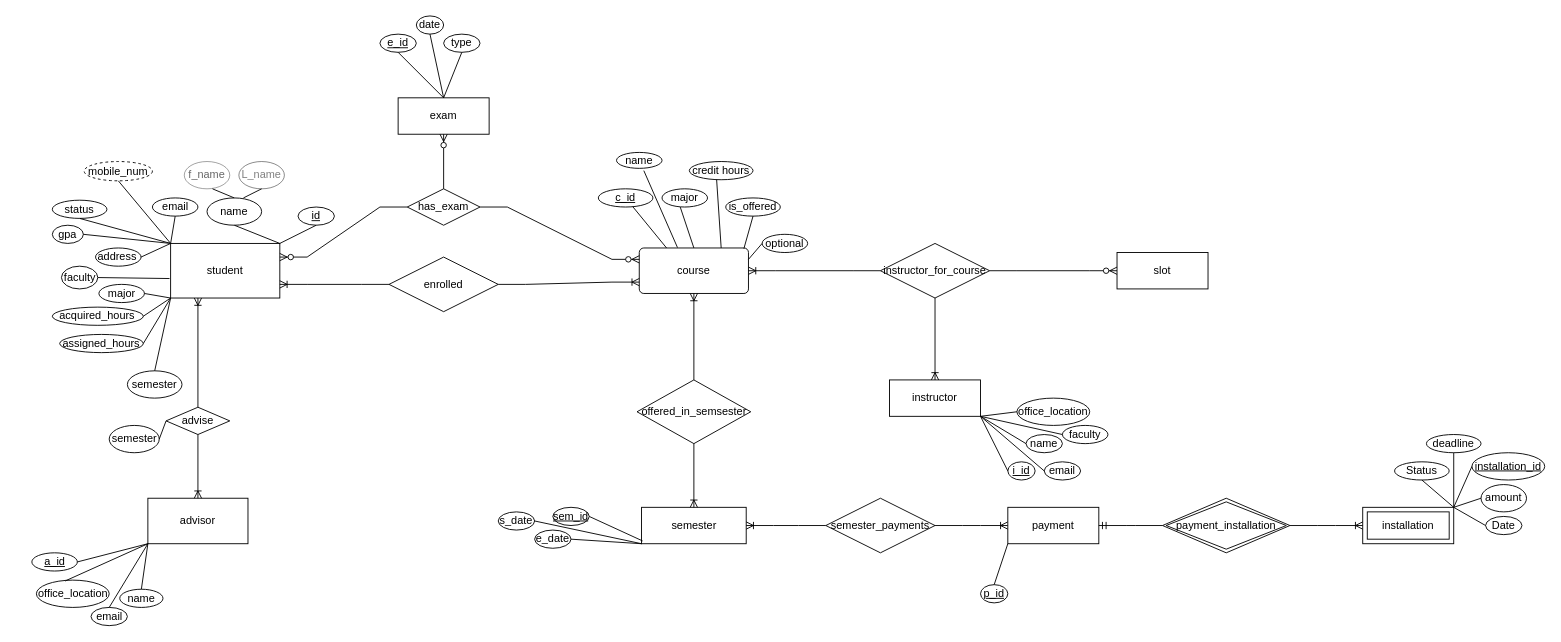
The draw.io diagram Untitled Diagram.drawio in moali7061/school_system, before the edit. Source tidied: cells renumbered, new cells numbered last; positions are measured from the earlier drawing's top-left corner, leaving out a move shared by most shapes. Both pictures are drawn from the tidied source at 91%, with x=0, y=0 at pixel (32, 15).
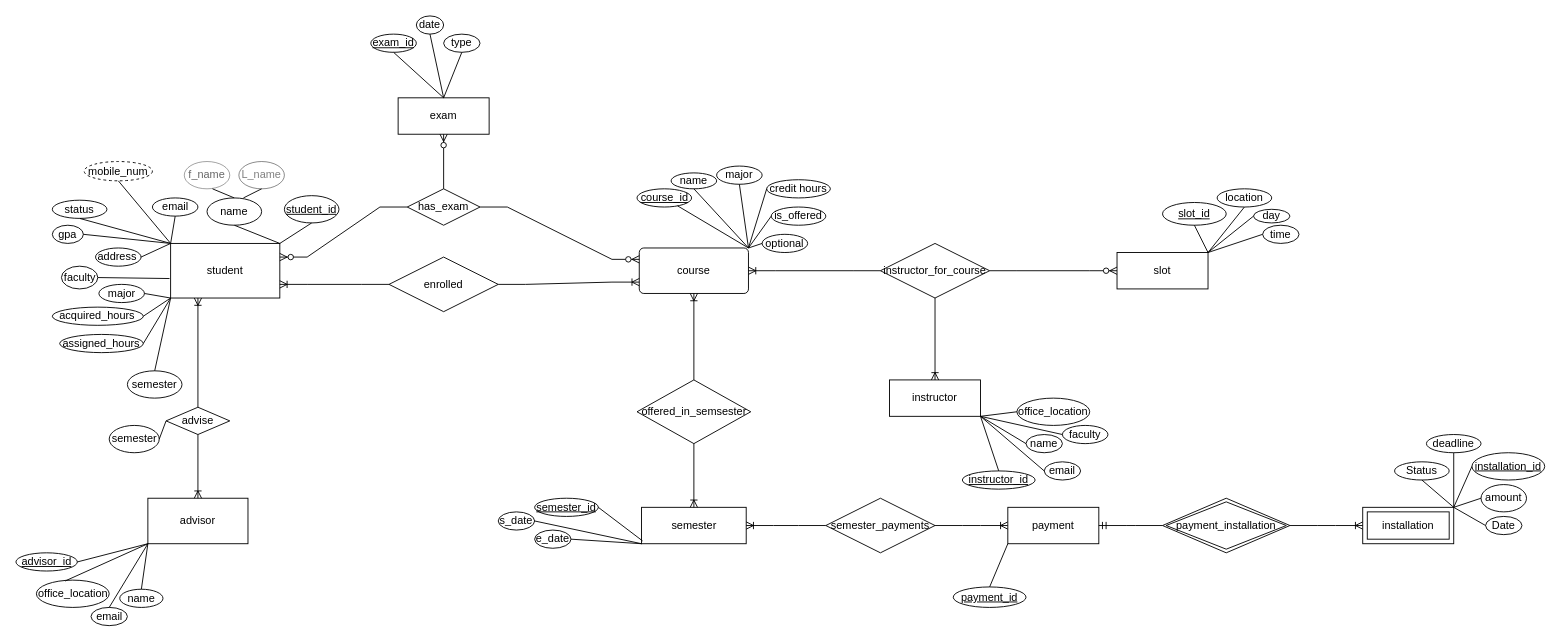
Above is the later version.

Commit message:
diagram_modified_for_slot

The change refers to these unchanged cells:
```xml
<mxCell id="3" style="rounded=0;whiteSpace=wrap;html=1;" parent="1" vertex="1">
  <mxGeometry x="152" y="250" width="120" height="60" as="geometry" />
</mxCell>
<mxCell id="42" value="course" style="rounded=1;arcSize=10;whiteSpace=wrap;html=1;align=center;" parent="1" vertex="1">
  <mxGeometry x="667" y="255" width="120" height="50" as="geometry" />
</mxCell>
<mxCell id="85" value="instructor" style="whiteSpace=wrap;html=1;align=center;" parent="1" vertex="1">
  <mxGeometry x="942" y="400" width="100" height="40" as="geometry" />
</mxCell>
<mxCell id="110" value="slot" style="whiteSpace=wrap;html=1;align=center;" parent="1" vertex="1">
  <mxGeometry x="1192" y="260" width="100" height="40" as="geometry" />
</mxCell>
```

Change to the diagram source:
```diff
@@
     <mxCell id="5" style="ellipse;whiteSpace=wrap;html=1;" parent="1" vertex="1">
-      <mxGeometry x="292" y="210" width="40" height="20" as="geometry" />
+      <mxGeometry x="277" y="197.5" width="60" height="30" as="geometry" />
     </mxCell>
@@
-    <mxCell id="7" style="endArrow=none;html=1;rounded=0;entryX=0.5;entryY=1;entryDx=0;entryDy=0;" parent="1" edge="1" source="3" target="17">
+    <mxCell id="7" style="endArrow=none;html=1;rounded=0;entryX=0.5;entryY=1;entryDx=0;entryDy=0;exitX=1;exitY=0;exitDx=0;exitDy=0;" parent="1" edge="1" source="3" target="5">
       <mxGeometry relative="1" as="geometry" />
     </mxCell>
@@
-    <mxCell id="17" value="&lt;u&gt;id&lt;/u&gt;" style="text;html=1;align=center;verticalAlign=middle;whiteSpace=wrap;rounded=0;" parent="1" vertex="1">
-      <mxGeometry x="287" y="210" width="50" height="20" as="geometry" />
+    <mxCell id="17" value="&lt;u&gt;student_id&lt;/u&gt;" style="text;html=1;align=center;verticalAlign=middle;whiteSpace=wrap;rounded=0;" parent="1" vertex="1">
+      <mxGeometry x="292" y="207.5" width="30" height="10" as="geometry" />
     </mxCell>
@@
-    <mxCell id="43" value="&lt;u&gt;c_id&lt;/u&gt;" style="ellipse;whiteSpace=wrap;html=1;align=center;" parent="1" vertex="1">
-      <mxGeometry x="622" y="190" width="60" height="20" as="geometry" />
+    <mxCell id="43" value="&lt;u&gt;course_id&lt;/u&gt;" style="ellipse;whiteSpace=wrap;html=1;align=center;" parent="1" vertex="1">
+      <mxGeometry x="664.5" y="190" width="60" height="20" as="geometry" />
     </mxCell>
-    <mxCell id="44" style="endArrow=none;html=1;rounded=0;exitX=0.25;exitY=0;exitDx=0;exitDy=0;" parent="1" edge="1" source="42" target="43">
+    <mxCell id="44" style="endArrow=none;html=1;rounded=0;exitX=1;exitY=0;exitDx=0;exitDy=0;" parent="1" edge="1" source="42" target="43">
       <mxGeometry relative="1" as="geometry" />
     </mxCell>
     <mxCell id="45" value="name" style="ellipse;whiteSpace=wrap;html=1;align=center;" parent="1" vertex="1">
-      <mxGeometry x="642" y="150" width="50" height="17.5" as="geometry" />
+      <mxGeometry x="702" y="172.5" width="50" height="17.5" as="geometry" />
     </mxCell>
     <mxCell id="46" value="major" style="ellipse;whiteSpace=wrap;html=1;align=center;" parent="1" vertex="1">
-      <mxGeometry x="692" y="190" width="50" height="20" as="geometry" />
+      <mxGeometry x="752" y="165" width="50" height="20" as="geometry" />
     </mxCell>
     <mxCell id="47" value="credit hours" style="ellipse;whiteSpace=wrap;html=1;align=center;" parent="1" vertex="1">
-      <mxGeometry x="722" y="160" width="70" height="20" as="geometry" />
+      <mxGeometry x="807" y="180" width="70" height="20" as="geometry" />
     </mxCell>
     <mxCell id="48" value="is_offered" style="ellipse;whiteSpace=wrap;html=1;align=center;" parent="1" vertex="1">
-      <mxGeometry x="762" y="200" width="60" height="20" as="geometry" />
+      <mxGeometry x="812" y="210" width="60" height="20" as="geometry" />
     </mxCell>
-    <mxCell id="49" style="endArrow=none;html=1;rounded=0;exitX=0.35;exitY=-0.009;exitDx=0;exitDy=0;exitPerimeter=0;" parent="1" edge="1" source="42">
-      <mxGeometry relative="1" as="geometry">
-        <mxPoint x="672" y="170" as="targetPoint" />
-      </mxGeometry>
+    <mxCell id="49" style="endArrow=none;html=1;rounded=0;exitX=1;exitY=0;exitDx=0;exitDy=0;entryX=0.5;entryY=1;entryDx=0;entryDy=0;" parent="1" edge="1" source="42" target="45">
+      <mxGeometry relative="1" as="geometry" />
     </mxCell>
-    <mxCell id="50" style="endArrow=none;html=1;rounded=0;exitX=0.5;exitY=0;exitDx=0;exitDy=0;" parent="1" edge="1" source="42">
-      <mxGeometry relative="1" as="geometry">
-        <mxPoint x="712" y="210" as="targetPoint" />
-      </mxGeometry>
+    <mxCell id="50" style="endArrow=none;html=1;rounded=0;exitX=1;exitY=0;exitDx=0;exitDy=0;entryX=0.5;entryY=1;entryDx=0;entryDy=0;" parent="1" edge="1" source="42" target="46">
+      <mxGeometry relative="1" as="geometry" />
     </mxCell>
-    <mxCell id="51" style="endArrow=none;html=1;rounded=0;exitX=0.75;exitY=0;exitDx=0;exitDy=0;" parent="1" edge="1" source="42">
-      <mxGeometry relative="1" as="geometry">
-        <mxPoint x="752" y="180" as="targetPoint" />
-      </mxGeometry>
+    <mxCell id="51" style="endArrow=none;html=1;rounded=0;exitX=1;exitY=0;exitDx=0;exitDy=0;entryX=0;entryY=0.5;entryDx=0;entryDy=0;" parent="1" edge="1" source="42" target="47">
+      <mxGeometry relative="1" as="geometry" />
     </mxCell>
-    <mxCell id="52" style="endArrow=none;html=1;rounded=0;exitX=0.958;exitY=0.015;exitDx=0;exitDy=0;exitPerimeter=0;" parent="1" edge="1" source="42">
-      <mxGeometry relative="1" as="geometry">
-        <mxPoint x="792" y="220" as="targetPoint" />
-      </mxGeometry>
+    <mxCell id="52" style="endArrow=none;html=1;rounded=0;exitX=1;exitY=0;exitDx=0;exitDy=0;entryX=0;entryY=0.5;entryDx=0;entryDy=0;" parent="1" edge="1" source="42" target="48">
+      <mxGeometry relative="1" as="geometry" />
     </mxCell>
@@
-    <mxCell id="54" style="endArrow=none;html=1;rounded=0;exitX=1;exitY=0.25;exitDx=0;exitDy=0;" parent="1" edge="1" source="42">
+    <mxCell id="54" style="endArrow=none;html=1;rounded=0;exitX=1;exitY=0;exitDx=0;exitDy=0;" parent="1" edge="1" source="42">
       <mxGeometry relative="1" as="geometry">
         <mxPoint x="802" y="250" as="targetPoint" />
       </mxGeometry>
     </mxCell>
@@
-    <mxCell id="59" value="&lt;u&gt;sem_id&lt;/u&gt;" style="ellipse;whiteSpace=wrap;html=1;align=center;" parent="1" vertex="1">
-      <mxGeometry x="572" y="540" width="40" height="20" as="geometry" />
+    <mxCell id="59" value="&lt;u&gt;semester_id&lt;/u&gt;" style="ellipse;whiteSpace=wrap;html=1;align=center;" parent="1" vertex="1">
+      <mxGeometry x="552" y="530" width="70" height="20" as="geometry" />
     </mxCell>
@@
-    <mxCell id="69" value="&lt;u&gt;a_id&lt;/u&gt;" style="ellipse;whiteSpace=wrap;html=1;align=center;" parent="1" vertex="1">
-      <mxGeometry x="-0.5" y="590" width="50" height="20" as="geometry" />
+    <mxCell id="69" value="&lt;u&gt;advisor_id&lt;/u&gt;" style="ellipse;whiteSpace=wrap;html=1;align=center;" parent="1" vertex="1">
+      <mxGeometry x="-18" y="590" width="67.5" height="20" as="geometry" />
     </mxCell>
@@
-    <mxCell id="86" value="&lt;u&gt;i_id&lt;/u&gt;" style="ellipse;whiteSpace=wrap;html=1;align=center;" parent="1" vertex="1">
-      <mxGeometry x="1072" y="490" width="30" height="20" as="geometry" />
+    <mxCell id="86" style="ellipse;whiteSpace=wrap;html=1;align=center;" parent="1" vertex="1">
+      <mxGeometry x="1022" y="510" width="80" as="geometry" />
     </mxCell>
@@
-    <mxCell id="100" value="&lt;u&gt;e_id&lt;/u&gt;" style="ellipse;whiteSpace=wrap;html=1;align=center;" parent="1" vertex="1">
-      <mxGeometry x="382" y="20" width="40" height="20" as="geometry" />
+    <mxCell id="100" value="&lt;u&gt;exam_id&lt;/u&gt;" style="ellipse;whiteSpace=wrap;html=1;align=center;" parent="1" vertex="1">
+      <mxGeometry x="372" y="20" width="50" height="20" as="geometry" />
     </mxCell>
@@
-    <mxCell id="120" value="&lt;u&gt;p_id&lt;/u&gt;" style="ellipse;whiteSpace=wrap;html=1;align=center;" parent="1" vertex="1">
-      <mxGeometry x="1042" y="625" width="30" height="20" as="geometry" />
+    <mxCell id="120" value="&lt;u&gt;payment_id&lt;/u&gt;" style="ellipse;whiteSpace=wrap;html=1;align=center;" parent="1" vertex="1">
+      <mxGeometry x="1012" y="627.5" width="80" height="22.5" as="geometry" />
     </mxCell>
@@
+    <mxCell id="132" value="&lt;u&gt;instructor_id&lt;/u&gt;" style="ellipse;whiteSpace=wrap;html=1;align=center;" parent="1" vertex="1">
+      <mxGeometry x="1022" y="500" width="80" height="20" as="geometry" />
+    </mxCell>
+    <mxCell id="133" style="endArrow=none;html=1;rounded=0;exitX=0.5;exitY=0;exitDx=0;exitDy=0;entryX=1;entryY=1;entryDx=0;entryDy=0;" parent="1" edge="1" source="132" target="85">
+      <mxGeometry relative="1" as="geometry" />
+    </mxCell>
+    <mxCell id="134" value="time" style="ellipse;whiteSpace=wrap;html=1;align=center;" parent="1" vertex="1">
+      <mxGeometry x="1352" y="230" width="40" height="20" as="geometry" />
+    </mxCell>
+    <mxCell id="135" value="location" style="ellipse;whiteSpace=wrap;html=1;align=center;" parent="1" vertex="1">
+      <mxGeometry x="1302" y="190" width="60" height="20" as="geometry" />
+    </mxCell>
+    <mxCell id="136" value="&lt;u&gt;slot_id&lt;/u&gt;" style="ellipse;whiteSpace=wrap;html=1;align=center;" parent="1" vertex="1">
+      <mxGeometry x="1242" y="205" width="70" height="25" as="geometry" />
+    </mxCell>
+    <mxCell id="137" value="day" style="ellipse;whiteSpace=wrap;html=1;align=center;" parent="1" vertex="1">
+      <mxGeometry x="1342" y="212.5" width="40" height="15" as="geometry" />
+    </mxCell>
+    <mxCell id="138" style="endArrow=none;html=1;rounded=0;entryX=0.5;entryY=1;entryDx=0;entryDy=0;exitX=1;exitY=0;exitDx=0;exitDy=0;" parent="1" edge="1" source="110" target="136">
+      <mxGeometry relative="1" as="geometry" />
+    </mxCell>
+    <mxCell id="139" style="endArrow=none;html=1;rounded=0;entryX=0.5;entryY=1;entryDx=0;entryDy=0;exitX=1;exitY=0;exitDx=0;exitDy=0;" parent="1" edge="1" source="110" target="135">
+      <mxGeometry relative="1" as="geometry" />
+    </mxCell>
+    <mxCell id="140" style="endArrow=none;html=1;rounded=0;entryX=0;entryY=0.5;entryDx=0;entryDy=0;exitX=1;exitY=0;exitDx=0;exitDy=0;" parent="1" edge="1" source="110" target="137">
+      <mxGeometry relative="1" as="geometry" />
+    </mxCell>
+    <mxCell id="141" style="endArrow=none;html=1;rounded=0;entryX=0;entryY=0.5;entryDx=0;entryDy=0;exitX=1;exitY=0;exitDx=0;exitDy=0;" parent="1" edge="1" source="110" target="134">
+      <mxGeometry relative="1" as="geometry" />
+    </mxCell>
```
